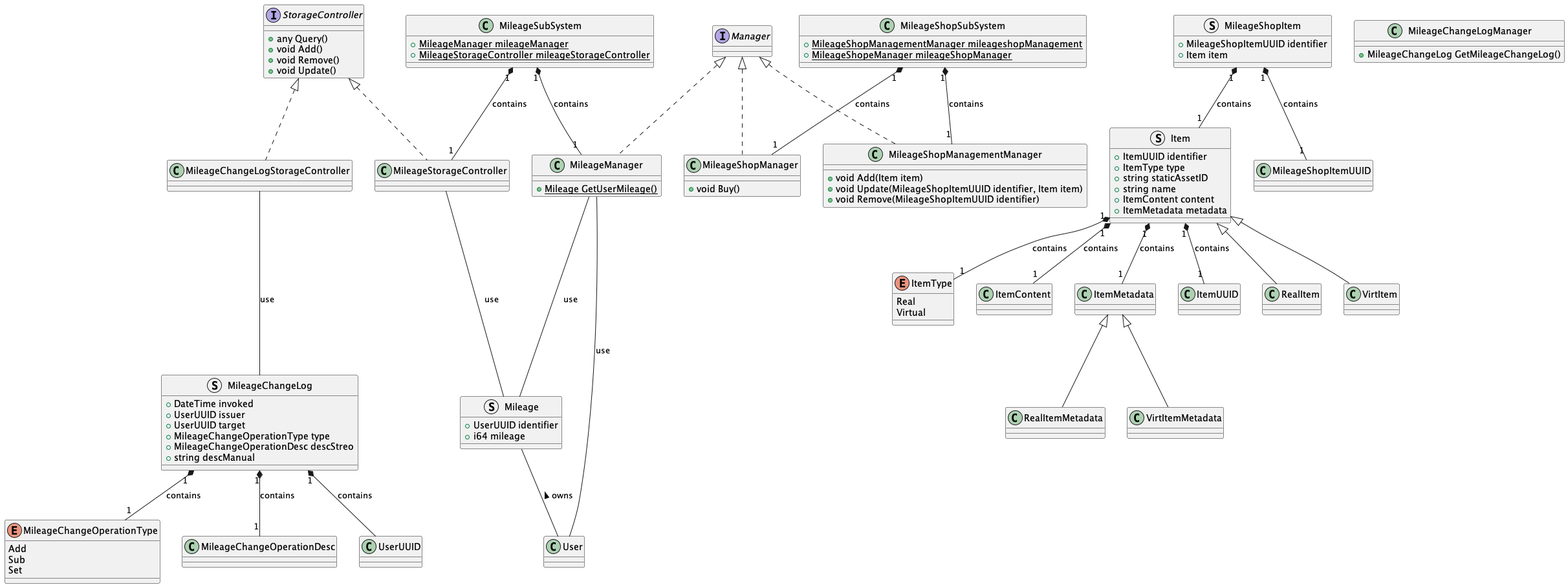
This is rendered/Mileage.png from ShapeLayer/se-lecture-task__project-structure-definitions, a PlantUML export, as it was before one commit.
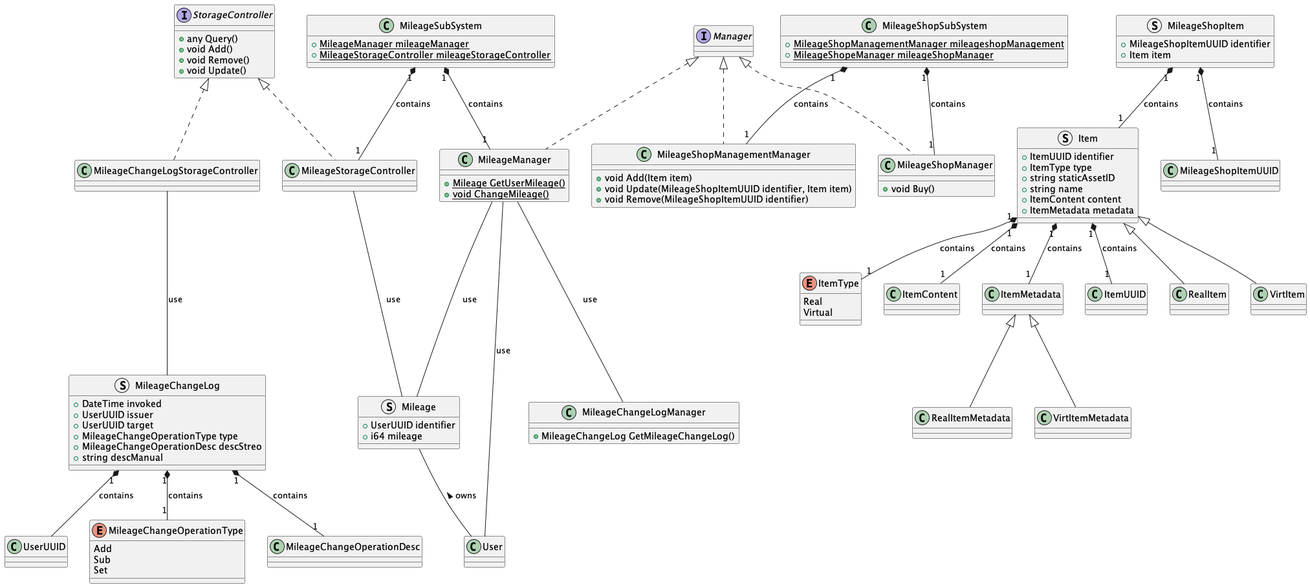
The same diagram one commit later.

The edit, as a diff of the source:
```diff
@@ -65,10 +65,12 @@
 
 class MileageManager implements Manager {
     + {static} Mileage GetUserMileage()
+    + {static} void ChangeMileage()
 }
 
 MileageManager --- User : use
 MileageManager --- Mileage : use
+MileageManager --- MileageChangeLogManager : use
 
 class MileageChangeLogManager {
     + MileageChangeLog GetMileageChangeLog()
```
